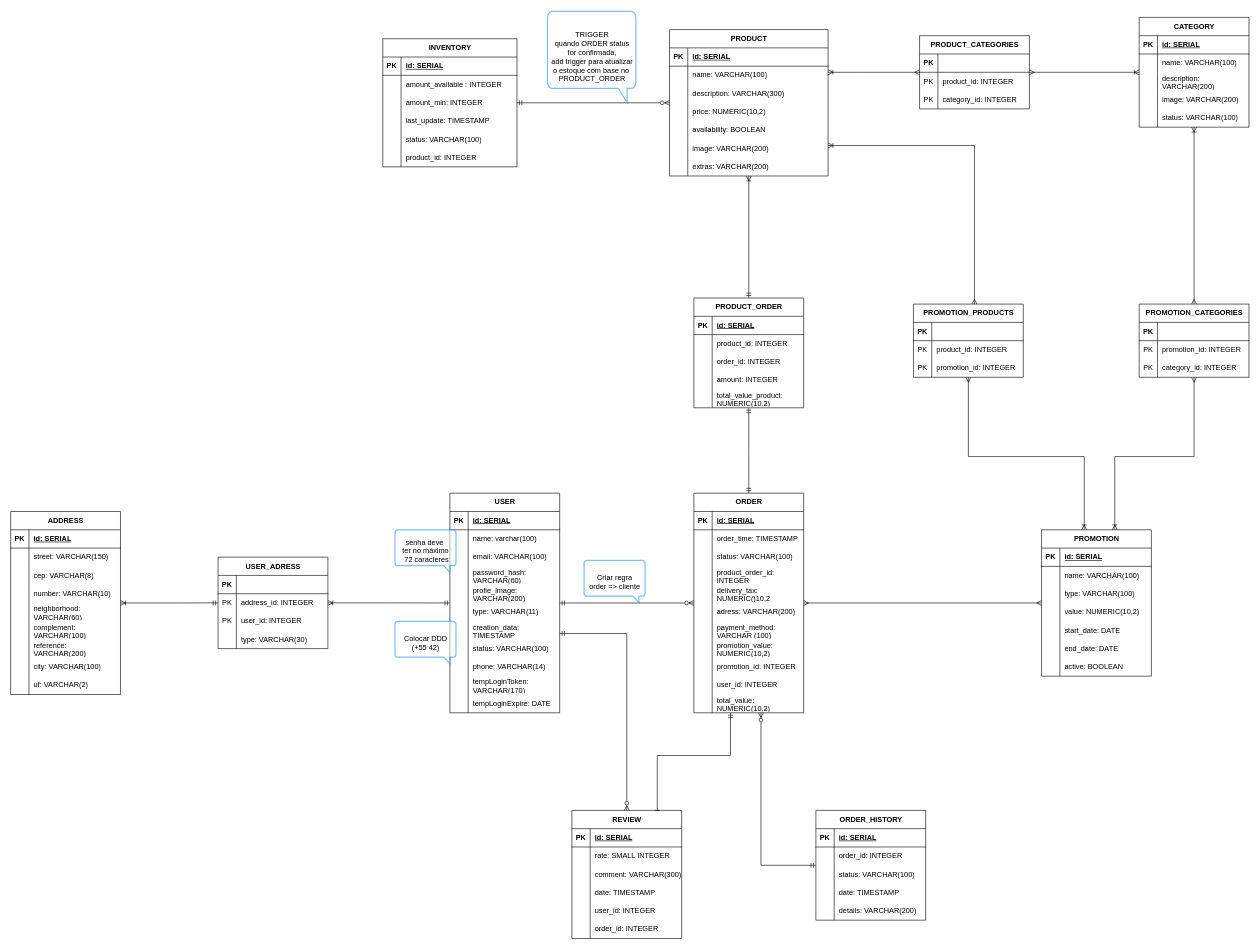
The draw.io diagram DescomplicAI(1).drawio in DescomplicAI-Lions/BancoDeDadosDiagrama, before the edit. Source tidied: cells renumbered, new cells numbered last; positions are measured from the earlier drawing's top-left corner, leaving out a move shared by most shapes. Both pictures are drawn from the tidied source at 61%, with x=0, y=0 at pixel (10, 11).
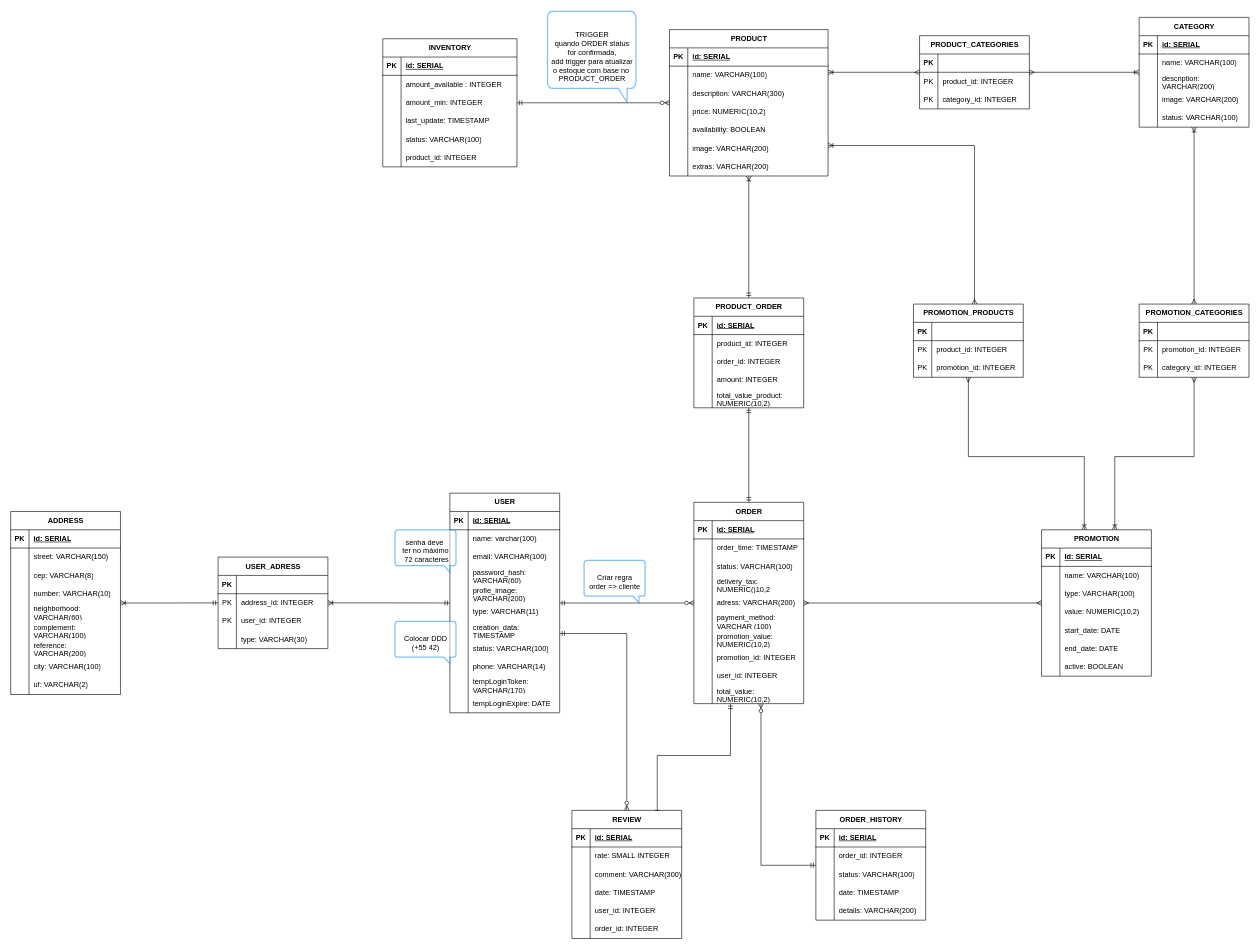
The same page after the edit.

The edit, as a diff of the source:
```diff
@@
     <mxCell id="40" value="ORDER" style="shape=table;startSize=30;childLayout=tableLayout;rowLines=0;fontStyle=1;align=center;html=1;" parent="1" vertex="1">
-      <mxGeometry x="1120" y="790" width="180" height="360" as="geometry" />
+      <mxGeometry x="1120" y="805" width="180" height="330" as="geometry" />
     </mxCell>
@@
-    <mxCell id="50" style="shape=tableRow;horizontal=0;startSize=0;swimlaneHead=0;swimlaneBody=0;fillColor=none;top=0;left=0;right=0;bottom=0;" parent="40" vertex="1">
-      <mxGeometry y="120" width="180" height="30" as="geometry" />
-    </mxCell>
-    <mxCell id="51" style="shape=partialRectangle;fillColor=none;top=0;left=0;bottom=0;right=0;overflow=hidden;whiteSpace=wrap;html=1;" parent="50" vertex="1">
-      <mxGeometry width="30" height="30" as="geometry" />
-    </mxCell>
-    <mxCell id="52" value="product_order_id: INTEGER" style="shape=partialRectangle;fillColor=none;top=0;left=0;bottom=0;right=0;align=left;spacingLeft=6;overflow=hidden;whiteSpace=wrap;html=1;" parent="50" vertex="1">
-      <mxGeometry x="30" width="150" height="30" as="geometry" />
-    </mxCell>
     <mxCell id="53" style="shape=tableRow;horizontal=0;startSize=0;swimlaneHead=0;swimlaneBody=0;fillColor=none;top=0;left=0;right=0;bottom=0;" parent="40" vertex="1">
-      <mxGeometry y="150" width="180" height="30" as="geometry" />
+      <mxGeometry y="120" width="180" height="30" as="geometry" />
     </mxCell>
@@
     <mxCell id="56" style="shape=tableRow;horizontal=0;startSize=0;swimlaneHead=0;swimlaneBody=0;fillColor=none;top=0;left=0;right=0;bottom=0;" parent="40" vertex="1">
-      <mxGeometry y="180" width="180" height="30" as="geometry" />
+      <mxGeometry y="150" width="180" height="30" as="geometry" />
     </mxCell>
@@
     <mxCell id="59" style="shape=tableRow;horizontal=0;startSize=0;swimlaneHead=0;swimlaneBody=0;fillColor=none;top=0;left=0;right=0;bottom=0;" parent="40" vertex="1">
-      <mxGeometry y="210" width="180" height="30" as="geometry" />
+      <mxGeometry y="180" width="180" height="30" as="geometry" />
     </mxCell>
@@
     <mxCell id="62" style="shape=tableRow;horizontal=0;startSize=0;swimlaneHead=0;swimlaneBody=0;fillColor=none;top=0;left=0;right=0;bottom=0;" parent="40" vertex="1">
-      <mxGeometry y="240" width="180" height="30" as="geometry" />
+      <mxGeometry y="210" width="180" height="30" as="geometry" />
     </mxCell>
@@
     <mxCell id="65" style="shape=tableRow;horizontal=0;startSize=0;swimlaneHead=0;swimlaneBody=0;fillColor=none;top=0;left=0;right=0;bottom=0;" parent="40" vertex="1">
-      <mxGeometry y="270" width="180" height="30" as="geometry" />
+      <mxGeometry y="240" width="180" height="30" as="geometry" />
     </mxCell>
@@
     <mxCell id="68" style="shape=tableRow;horizontal=0;startSize=0;swimlaneHead=0;swimlaneBody=0;fillColor=none;top=0;left=0;right=0;bottom=0;" parent="40" vertex="1">
-      <mxGeometry y="300" width="180" height="30" as="geometry" />
+      <mxGeometry y="270" width="180" height="30" as="geometry" />
     </mxCell>
@@
     <mxCell id="71" style="shape=tableRow;horizontal=0;startSize=0;swimlaneHead=0;swimlaneBody=0;fillColor=none;top=0;left=0;right=0;bottom=0;" parent="40" vertex="1">
-      <mxGeometry y="330" width="180" height="30" as="geometry" />
+      <mxGeometry y="300" width="180" height="30" as="geometry" />
     </mxCell>
```
